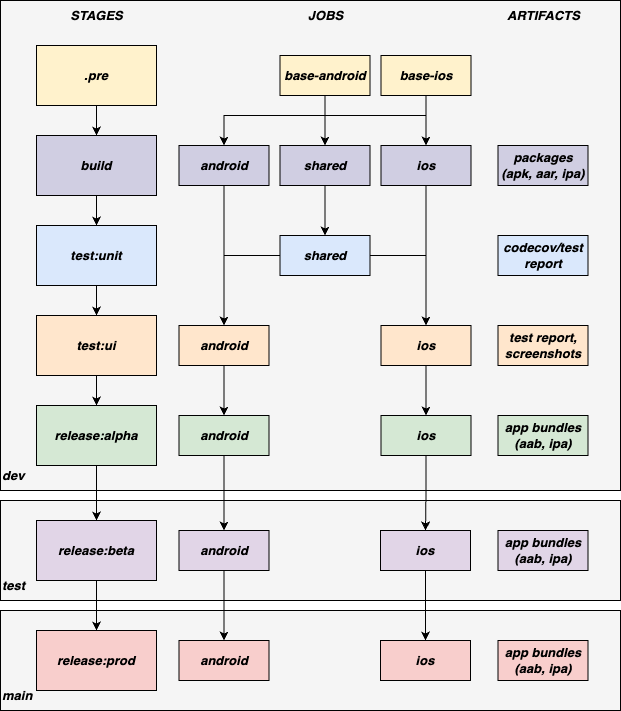
This is img/tesi-11-cicd.drawio.png from paganellif/tesi-paganelli, a draw.io export, as it was before one commit. Source tidied: cells renumbered, new cells last; positions are measured from the earlier drawing's top-left corner, leaving out a move shared by most shapes.
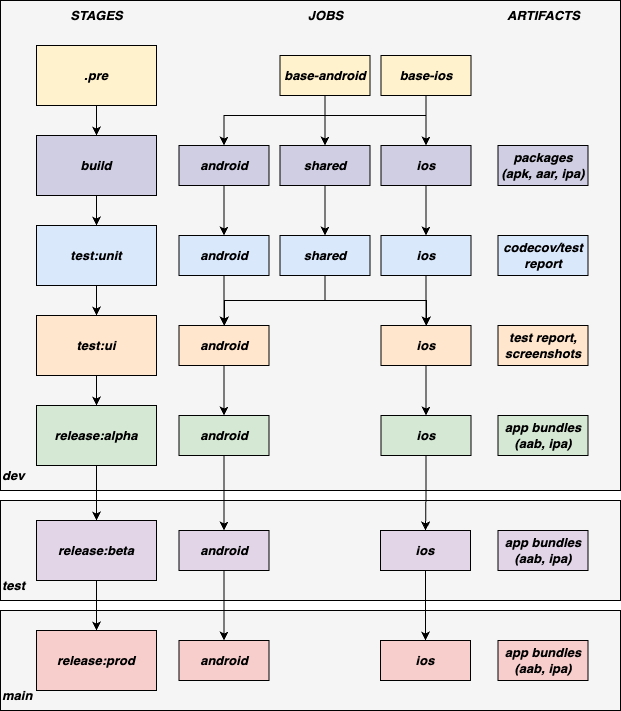
After the commit.

The edit, as a diff of the source:
```diff
@@ -90,7 +90,7 @@
     <mxCell id="27" value="&lt;b style=&quot;font-size: 13px;&quot;&gt;&lt;i style=&quot;font-size: 13px;&quot;&gt;base-ios&lt;/i&gt;&lt;/b&gt;" style="rounded=0;whiteSpace=wrap;html=1;fontSize=13;strokeColor=#000000;fillColor=#fff2cc;" parent="1" vertex="1">
       <mxGeometry x="380.5" y="55" width="90" height="40" as="geometry" />
     </mxCell>
-    <mxCell id="28" style="edgeStyle=orthogonalEdgeStyle;rounded=0;jettySize=auto;html=1;fontSize=13;startArrow=none;startFill=0;endArrow=classic;endFill=1;strokeColor=#000000;" parent="1" edge="1" source="29" target="39">
+    <mxCell id="28" style="edgeStyle=orthogonalEdgeStyle;rounded=0;jettySize=auto;html=1;fontSize=13;startArrow=none;startFill=0;endArrow=classic;endFill=1;strokeColor=#000000;entryX=0.5;entryY=0;entryDx=0;entryDy=0;" parent="1" edge="1" source="29" target="60">
       <mxGeometry relative="1" as="geometry" />
     </mxCell>
     <mxCell id="29" value="&lt;b style=&quot;font-size: 13px;&quot;&gt;&lt;i style=&quot;font-size: 13px;&quot;&gt;android&lt;/i&gt;&lt;/b&gt;" style="rounded=0;whiteSpace=wrap;html=1;fontSize=13;strokeColor=#000000;fillColor=#d0cee2;" parent="1" vertex="1">
@@ -102,7 +102,7 @@
     <mxCell id="31" value="&lt;b style=&quot;font-size: 13px;&quot;&gt;&lt;i style=&quot;font-size: 13px;&quot;&gt;shared&lt;/i&gt;&lt;/b&gt;" style="rounded=0;whiteSpace=wrap;html=1;fontSize=13;strokeColor=#000000;fillColor=#d0cee2;" parent="1" vertex="1">
       <mxGeometry x="279.5" y="145" width="90" height="40" as="geometry" />
     </mxCell>
-    <mxCell id="32" style="edgeStyle=orthogonalEdgeStyle;rounded=0;jettySize=auto;html=1;fontSize=13;startArrow=none;startFill=0;endArrow=classic;endFill=1;strokeColor=#000000;" parent="1" edge="1" source="33" target="41">
+    <mxCell id="32" style="edgeStyle=orthogonalEdgeStyle;rounded=0;jettySize=auto;html=1;fontSize=13;startArrow=none;startFill=0;endArrow=classic;endFill=1;strokeColor=#000000;" parent="1" edge="1" source="33" target="62">
       <mxGeometry relative="1" as="geometry" />
     </mxCell>
     <mxCell id="33" value="&lt;b style=&quot;font-size: 13px;&quot;&gt;&lt;i style=&quot;font-size: 13px;&quot;&gt;ios&lt;/i&gt;&lt;/b&gt;" style="rounded=0;whiteSpace=wrap;html=1;fontSize=13;strokeColor=#000000;fillColor=#d0cee2;" parent="1" vertex="1">
@@ -112,10 +112,20 @@
       <mxGeometry x="497.5" y="145" width="90" height="40" as="geometry" />
     </mxCell>
     <mxCell id="35" style="edgeStyle=orthogonalEdgeStyle;rounded=0;jettySize=auto;html=1;fontSize=13;startArrow=none;startFill=0;endArrow=classic;endFill=1;strokeColor=#000000;" parent="1" edge="1" source="37" target="39">
-      <mxGeometry relative="1" as="geometry" />
+      <mxGeometry relative="1" as="geometry">
+        <Array as="points">
+          <mxPoint x="325" y="300" />
+          <mxPoint x="224" y="300" />
+        </Array>
+      </mxGeometry>
     </mxCell>
     <mxCell id="36" style="edgeStyle=orthogonalEdgeStyle;rounded=0;jettySize=auto;html=1;fontSize=13;startArrow=none;startFill=0;endArrow=classic;endFill=1;strokeColor=#000000;" parent="1" edge="1" source="37" target="41">
-      <mxGeometry relative="1" as="geometry" />
+      <mxGeometry relative="1" as="geometry">
+        <Array as="points">
+          <mxPoint x="325" y="300" />
+          <mxPoint x="426" y="300" />
+        </Array>
+      </mxGeometry>
     </mxCell>
     <mxCell id="37" value="&lt;b style=&quot;font-size: 13px;&quot;&gt;&lt;i style=&quot;font-size: 13px;&quot;&gt;shared&lt;/i&gt;&lt;/b&gt;" style="rounded=0;whiteSpace=wrap;html=1;fontSize=13;strokeColor=#000000;fillColor=#dae8fc;" parent="1" vertex="1">
       <mxGeometry x="279.5" y="235" width="90" height="40" as="geometry" />
@@ -183,5 +193,17 @@
     <mxCell id="58" value="&lt;i style=&quot;font-size: 13px;&quot;&gt;&lt;b&gt;main&lt;/b&gt;&lt;/i&gt;" style="text;html=1;align=left;verticalAlign=middle;strokeColor=none;fillColor=none;fontSize=13;" parent="1" vertex="1">
       <mxGeometry y="680" width="50" height="30" as="geometry" />
     </mxCell>
+    <mxCell id="59" style="edgeStyle=orthogonalEdgeStyle;rounded=0;jettySize=auto;html=1;" parent="1" edge="1" source="60" target="39">
+      <mxGeometry relative="1" as="geometry" />
+    </mxCell>
+    <mxCell id="60" value="&lt;b style=&quot;font-size: 13px;&quot;&gt;&lt;i style=&quot;font-size: 13px;&quot;&gt;android&lt;/i&gt;&lt;/b&gt;" style="rounded=0;whiteSpace=wrap;html=1;fontSize=13;strokeColor=#000000;fillColor=#dae8fc;" parent="1" vertex="1">
+      <mxGeometry x="178.5" y="235" width="90" height="40" as="geometry" />
+    </mxCell>
+    <mxCell id="61" style="edgeStyle=orthogonalEdgeStyle;rounded=0;jettySize=auto;html=1;" parent="1" edge="1" source="62" target="41">
+      <mxGeometry relative="1" as="geometry" />
+    </mxCell>
+    <mxCell id="62" value="&lt;b style=&quot;font-size: 13px;&quot;&gt;&lt;i style=&quot;font-size: 13px;&quot;&gt;ios&lt;/i&gt;&lt;/b&gt;" style="rounded=0;whiteSpace=wrap;html=1;fontSize=13;strokeColor=#000000;fillColor=#dae8fc;" parent="1" vertex="1">
+      <mxGeometry x="380.5" y="235" width="90" height="40" as="geometry" />
+    </mxCell>
   </root>
 </mxGraphModel>
```
